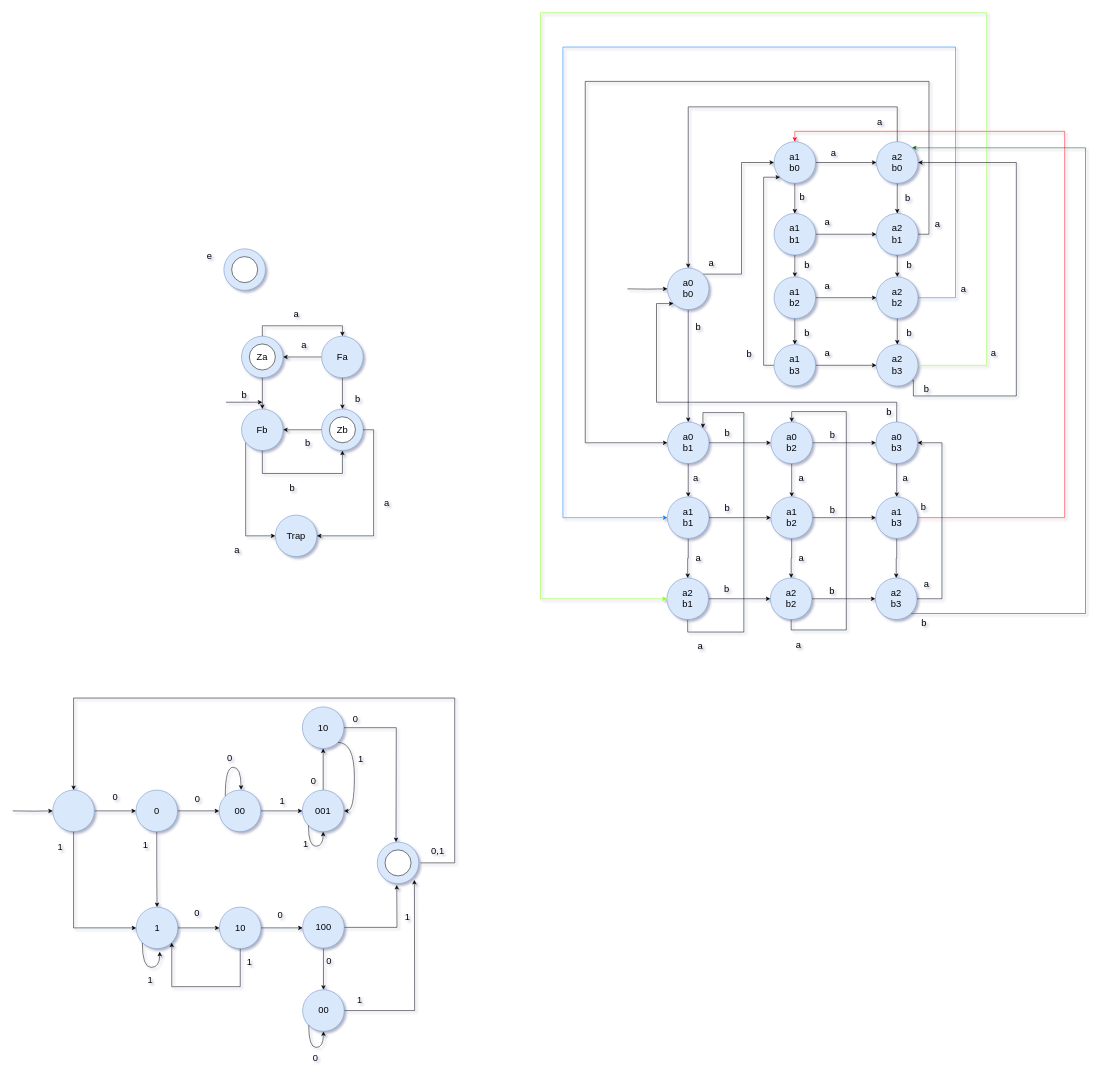
Earlier version of the draw.io diagram HW2/HW2-P.drawio (mohsenkamini/SBU_FLA). Source tidied: cells renumbered, new cells numbered last; positions are measured from the earlier drawing's top-left corner, leaving out a move shared by most shapes. Both pictures are drawn from the tidied source at 52%, with x=0, y=0 at pixel (12, 12).
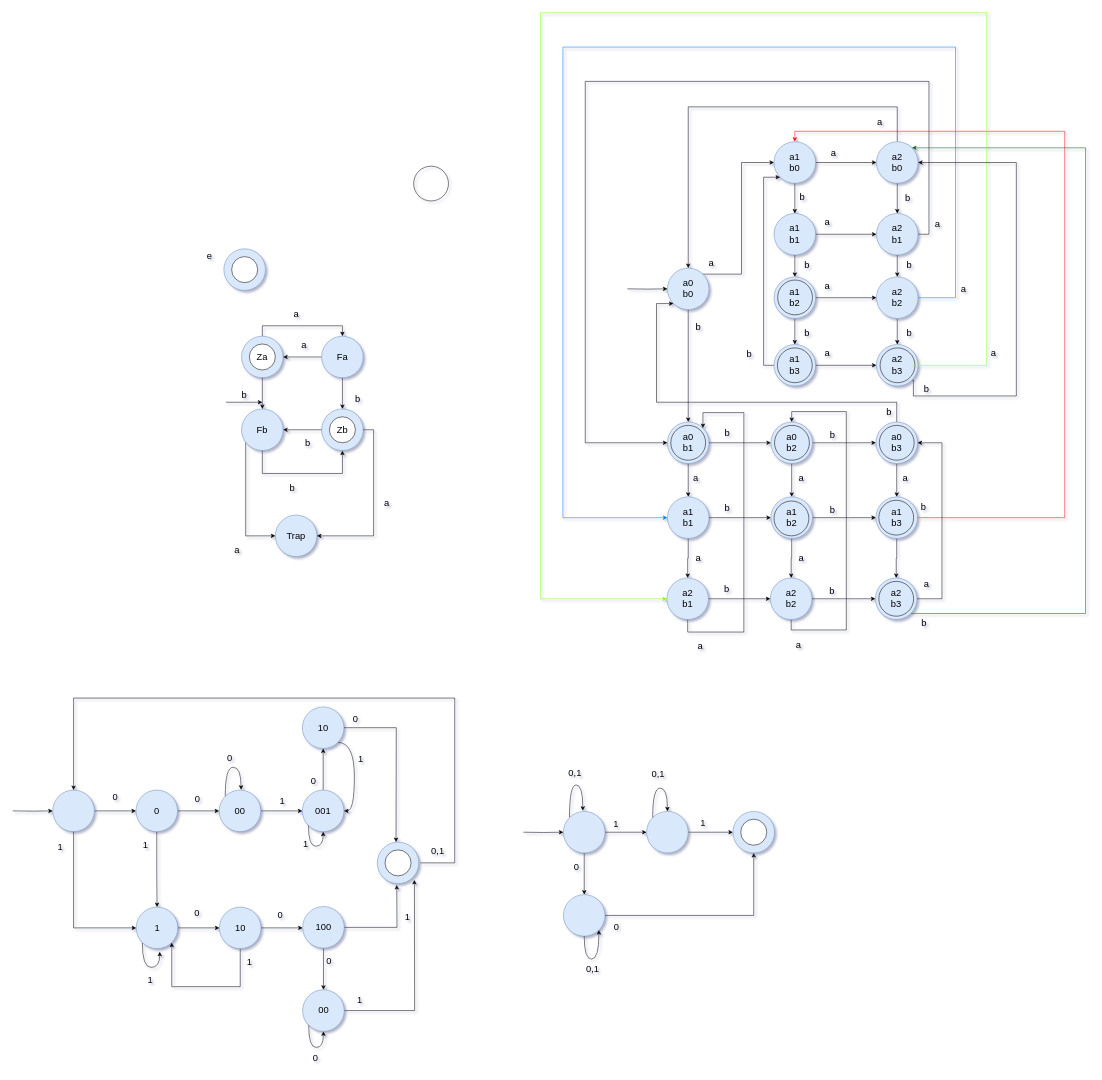
The same diagram, later.

What changed in the source:
```diff
@@
+    <mxCell id="173" style="ellipse;whiteSpace=wrap;html=1;align=center;verticalAlign=middle;fontFamily=Helvetica;fontSize=18;fontColor=default;fillColor=none;gradientColor=none;strokeColor=#000000;" parent="1" vertex="1">
+      <mxGeometry x="771" y="295" width="67" height="67" as="geometry" />
+    </mxCell>
+    <mxCell id="174" style="ellipse;whiteSpace=wrap;html=1;align=center;verticalAlign=middle;fontFamily=Helvetica;fontSize=18;fontColor=default;fillColor=none;gradientColor=none;strokeColor=#000000;" parent="1" vertex="1">
+      <mxGeometry x="1471" y="514" width="67" height="67" as="geometry" />
+    </mxCell>
+    <mxCell id="175" style="ellipse;whiteSpace=wrap;html=1;align=center;verticalAlign=middle;fontFamily=Helvetica;fontSize=18;fontColor=default;fillColor=none;gradientColor=none;strokeColor=#000000;" parent="1" vertex="1">
+      <mxGeometry x="1470.5" y="644.5" width="67" height="67" as="geometry" />
+    </mxCell>
+    <mxCell id="176" style="ellipse;whiteSpace=wrap;html=1;align=center;verticalAlign=middle;fontFamily=Helvetica;fontSize=18;fontColor=default;fillColor=none;gradientColor=none;strokeColor=#000000;" parent="1" vertex="1">
+      <mxGeometry x="1668" y="644.5" width="67" height="67" as="geometry" />
+    </mxCell>
+    <mxCell id="177" style="ellipse;whiteSpace=wrap;html=1;align=center;verticalAlign=middle;fontFamily=Helvetica;fontSize=18;fontColor=default;fillColor=none;gradientColor=none;strokeColor=#000000;" parent="1" vertex="1">
+      <mxGeometry x="1265.5" y="793.5" width="67" height="67" as="geometry" />
+    </mxCell>
+    <mxCell id="178" style="ellipse;whiteSpace=wrap;html=1;align=center;verticalAlign=middle;fontFamily=Helvetica;fontSize=18;fontColor=default;fillColor=none;gradientColor=none;strokeColor=#000000;" parent="1" vertex="1">
+      <mxGeometry x="1465" y="793.5" width="67" height="67" as="geometry" />
+    </mxCell>
+    <mxCell id="179" style="ellipse;whiteSpace=wrap;html=1;align=center;verticalAlign=middle;fontFamily=Helvetica;fontSize=18;fontColor=default;fillColor=none;gradientColor=none;strokeColor=#000000;" parent="1" vertex="1">
+      <mxGeometry x="1666.5" y="793.5" width="67" height="67" as="geometry" />
+    </mxCell>
+    <mxCell id="180" style="ellipse;whiteSpace=wrap;html=1;align=center;verticalAlign=middle;fontFamily=Helvetica;fontSize=18;fontColor=default;fillColor=none;gradientColor=none;strokeColor=#000000;" parent="1" vertex="1">
+      <mxGeometry x="1464" y="939" width="67" height="67" as="geometry" />
+    </mxCell>
+    <mxCell id="181" style="ellipse;whiteSpace=wrap;html=1;align=center;verticalAlign=middle;fontFamily=Helvetica;fontSize=18;fontColor=default;fillColor=none;gradientColor=none;strokeColor=#000000;" parent="1" vertex="1">
+      <mxGeometry x="1665.5" y="937.5" width="67" height="67" as="geometry" />
+    </mxCell>
+    <mxCell id="182" style="ellipse;whiteSpace=wrap;html=1;align=center;verticalAlign=middle;fontFamily=Helvetica;fontSize=18;fontColor=default;fillColor=none;gradientColor=none;strokeColor=#000000;" parent="1" vertex="1">
+      <mxGeometry x="1665.5" y="1093.5" width="67" height="67" as="geometry" />
+    </mxCell>
+    <mxCell id="183" style="edgeStyle=orthogonalEdgeStyle;rounded=0;jettySize=auto;html=1;fontFamily=Helvetica;fontSize=18;fontColor=default;" parent="1" edge="1" source="186" target="189">
+      <mxGeometry relative="1" as="geometry" />
+    </mxCell>
+    <mxCell id="184" style="edgeStyle=orthogonalEdgeStyle;rounded=0;jettySize=auto;html=1;fontFamily=Helvetica;fontSize=18;fontColor=default;" parent="1" edge="1" source="186" target="191">
+      <mxGeometry relative="1" as="geometry" />
+    </mxCell>
+    <mxCell id="185" style="edgeStyle=orthogonalEdgeStyle;rounded=0;jettySize=auto;html=1;exitX=0;exitY=0;exitDx=0;exitDy=0;fontFamily=Helvetica;fontSize=18;fontColor=default;curved=1;" parent="1" edge="1" source="186">
+      <mxGeometry relative="1" as="geometry">
+        <mxPoint x="1096.3" y="1534.7" as="targetPoint" />
+        <Array as="points">
+          <mxPoint x="1071" y="1485" />
+          <mxPoint x="1096" y="1485" />
+        </Array>
+      </mxGeometry>
+    </mxCell>
+    <mxCell id="186" value="&lt;div&gt;&lt;br&gt;&lt;/div&gt;" style="ellipse;whiteSpace=wrap;html=1;hachureGap=4;fillColor=#dae8fc;strokeColor=#6c8ebf;rounded=0;fontSize=18;" parent="1" vertex="1">
+      <mxGeometry x="1059" y="1535.9" width="80" height="80" as="geometry" />
+    </mxCell>
+    <mxCell id="187" style="edgeStyle=orthogonalEdgeStyle;rounded=0;jettySize=auto;html=1;fontSize=18;entryX=0;entryY=0.5;entryDx=0;entryDy=0;" parent="1" edge="1" target="186">
+      <mxGeometry relative="1" as="geometry">
+        <mxPoint x="982" y="1575.9" as="sourcePoint" />
+      </mxGeometry>
+    </mxCell>
+    <mxCell id="188" style="edgeStyle=orthogonalEdgeStyle;rounded=0;jettySize=auto;html=1;entryX=0;entryY=0.5;entryDx=0;entryDy=0;fontFamily=Helvetica;fontSize=18;fontColor=default;" parent="1" edge="1" source="189" target="193">
+      <mxGeometry relative="1" as="geometry" />
+    </mxCell>
+    <mxCell id="189" style="ellipse;whiteSpace=wrap;html=1;fontSize=18;fillColor=#dae8fc;strokeColor=#6c8ebf;hachureGap=4;rounded=0;" parent="1" vertex="1">
+      <mxGeometry x="1219" y="1535.9" width="80" height="80" as="geometry" />
+    </mxCell>
+    <mxCell id="190" style="edgeStyle=orthogonalEdgeStyle;rounded=0;jettySize=auto;html=1;entryX=0.5;entryY=1;entryDx=0;entryDy=0;fontFamily=Helvetica;fontSize=18;fontColor=default;" parent="1" edge="1" source="191" target="193">
+      <mxGeometry relative="1" as="geometry" />
+    </mxCell>
+    <mxCell id="191" style="ellipse;whiteSpace=wrap;html=1;fontSize=18;fillColor=#dae8fc;strokeColor=#6c8ebf;hachureGap=4;rounded=0;" parent="1" vertex="1">
+      <mxGeometry x="1059" y="1695.9" width="80" height="80" as="geometry" />
+    </mxCell>
+    <mxCell id="192" style="group;" parent="1" vertex="1">
+      <mxGeometry x="1385" y="1535.9" width="80" height="80" as="geometry" />
+    </mxCell>
+    <mxCell id="193" style="ellipse;whiteSpace=wrap;html=1;hachureGap=4;fillColor=#dae8fc;strokeColor=#6c8ebf;rounded=0;fontSize=18;" parent="192" vertex="1">
+      <mxGeometry width="80" height="80" as="geometry" />
+    </mxCell>
+    <mxCell id="194" style="ellipse;whiteSpace=wrap;html=1;hachureGap=4;rounded=0;fontSize=18;" parent="192" vertex="1">
+      <mxGeometry x="15" y="15" width="50" height="50" as="geometry" />
+    </mxCell>
+    <mxCell id="195" value="1" style="text;html=1;align=center;verticalAlign=middle;strokeColor=none;fillColor=none;fontFamily=Helvetica;fontSize=18;fontColor=default;" parent="1" vertex="1">
+      <mxGeometry x="1146" y="1544" width="28" height="34" as="geometry" />
+    </mxCell>
+    <mxCell id="196" value="1" style="text;html=1;align=center;verticalAlign=middle;strokeColor=none;fillColor=none;fontFamily=Helvetica;fontSize=18;fontColor=default;" parent="1" vertex="1">
+      <mxGeometry x="1313" y="1540.9" width="28" height="34" as="geometry" />
+    </mxCell>
+    <mxCell id="197" style="edgeStyle=orthogonalEdgeStyle;rounded=0;orthogonalLoop=1;jettySize=auto;html=1;exitX=0;exitY=0;exitDx=0;exitDy=0;entryX=0.5;entryY=0;entryDx=0;entryDy=0;fontFamily=Helvetica;fontSize=18;fontColor=default;curved=1;" parent="1" edge="1" source="189" target="189">
+      <mxGeometry relative="1" as="geometry">
+        <Array as="points">
+          <mxPoint x="1231" y="1491" />
+          <mxPoint x="1259" y="1491" />
+        </Array>
+      </mxGeometry>
+    </mxCell>
+    <mxCell id="198" value="0,1" style="text;html=1;align=center;verticalAlign=middle;strokeColor=none;fillColor=none;fontFamily=Helvetica;fontSize=18;fontColor=default;" parent="1" vertex="1">
+      <mxGeometry x="1219" y="1448" width="43" height="34" as="geometry" />
+    </mxCell>
+    <mxCell id="199" value="0" style="text;html=1;align=center;verticalAlign=middle;strokeColor=none;fillColor=none;fontFamily=Helvetica;fontSize=18;fontColor=default;" parent="1" vertex="1">
+      <mxGeometry x="1070" y="1626" width="28" height="34" as="geometry" />
+    </mxCell>
+    <mxCell id="200" value="0" style="text;html=1;align=center;verticalAlign=middle;strokeColor=none;fillColor=none;fontFamily=Helvetica;fontSize=18;fontColor=default;" parent="1" vertex="1">
+      <mxGeometry x="1147" y="1742" width="28" height="34" as="geometry" />
+    </mxCell>
+    <mxCell id="201" style="edgeStyle=orthogonalEdgeStyle;rounded=0;orthogonalLoop=1;jettySize=auto;html=1;exitX=0.5;exitY=1;exitDx=0;exitDy=0;entryX=1;entryY=1;entryDx=0;entryDy=0;fontFamily=Helvetica;fontSize=18;fontColor=default;curved=1;" parent="1" edge="1" source="191" target="191">
+      <mxGeometry relative="1" as="geometry">
+        <Array as="points">
+          <mxPoint x="1099" y="1820" />
+          <mxPoint x="1127" y="1820" />
+        </Array>
+      </mxGeometry>
+    </mxCell>
+    <mxCell id="202" value="0,1" style="text;html=1;align=center;verticalAlign=middle;strokeColor=none;fillColor=none;fontFamily=Helvetica;fontSize=18;fontColor=default;" parent="1" vertex="1">
+      <mxGeometry x="1093" y="1822" width="43" height="34" as="geometry" />
+    </mxCell>
+    <mxCell id="203" value="0,1" style="text;html=1;align=center;verticalAlign=middle;strokeColor=none;fillColor=none;fontFamily=Helvetica;fontSize=18;fontColor=default;" parent="1" vertex="1">
+      <mxGeometry x="1059" y="1446" width="43" height="34" as="geometry" />
+    </mxCell>
```
